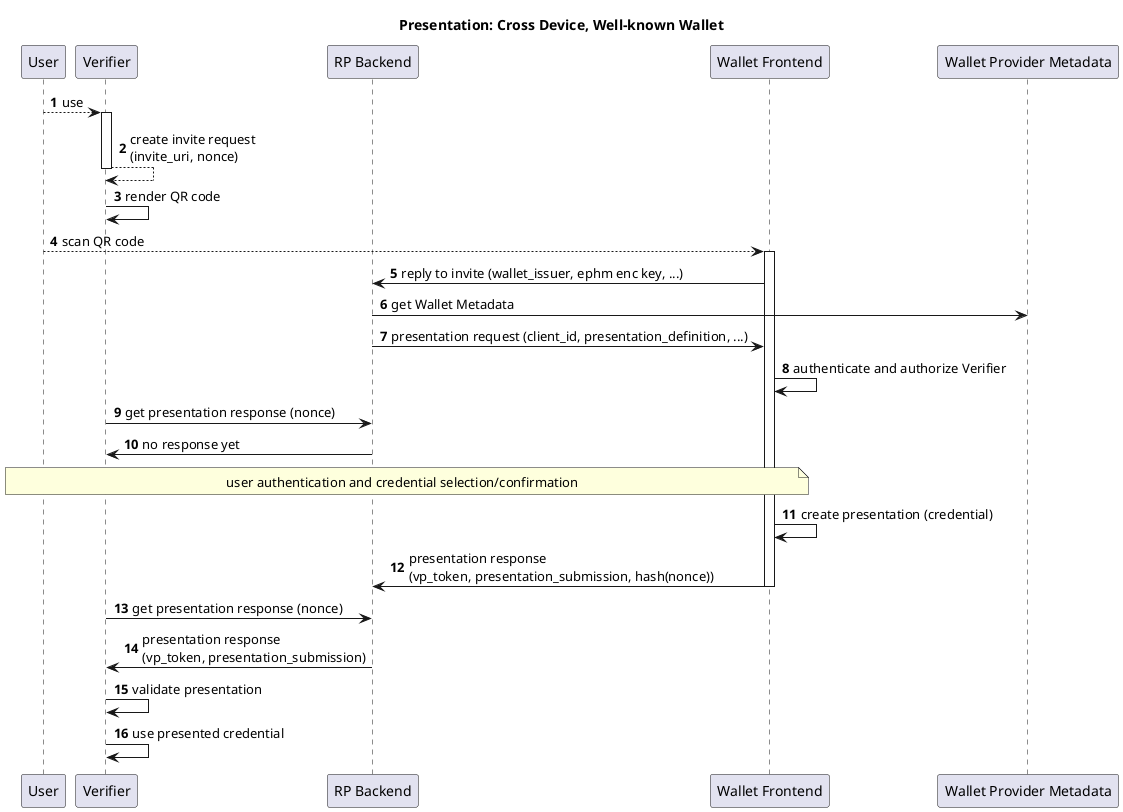
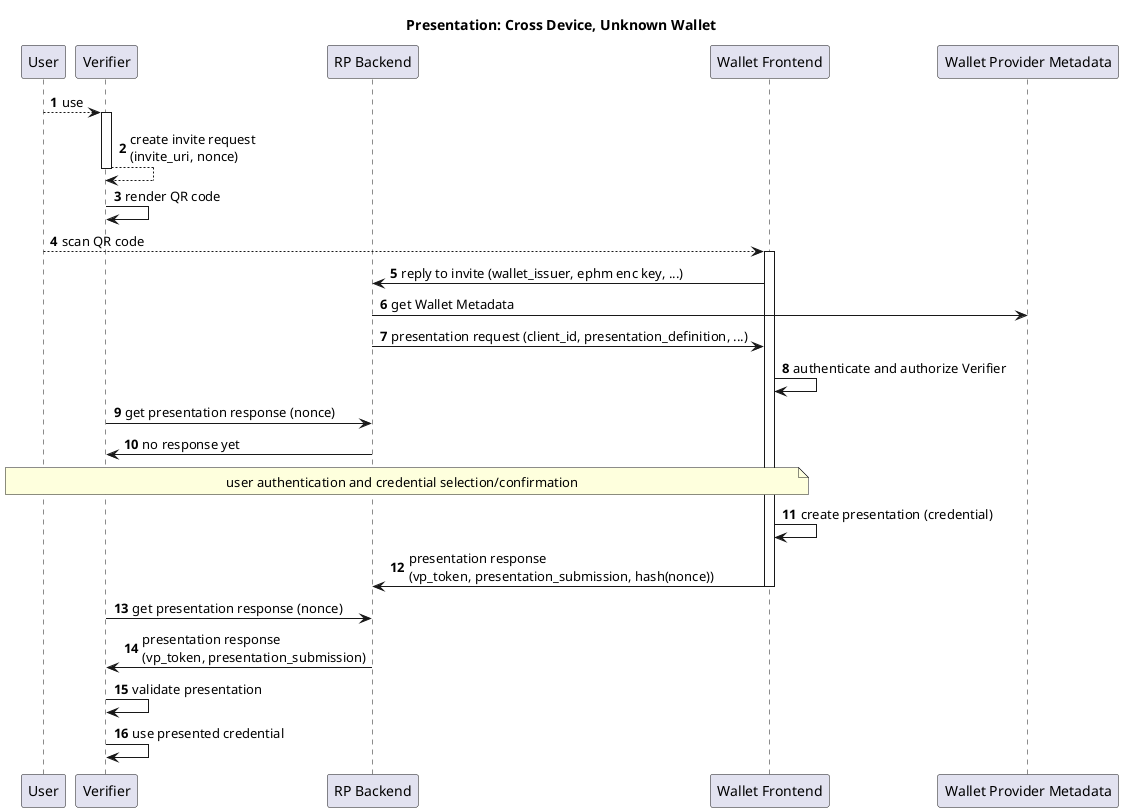
@startuml

autonumber

- title "Presentation: Cross Device, Well-known Wallet"
+ title "Presentation: Cross Device, Unknown Wallet"

participant User as u

participant "Verifier" as r

participant "RP Backend" as rb

participant "Wallet Frontend" as w

participant "Wallet Provider Metadata" as b

u --> r : use
activate r

r --> r: create invite request\n(invite_uri, nonce)
deactivate r
r -> r: render QR code

u --> w: scan QR code
activate w
w -> rb: reply to invite (wallet_issuer, ephm enc key, ...)
rb -> b: get Wallet Metadata
rb -> w: presentation request (client_id, presentation_definition, ...)

w -> w: authenticate and authorize Verifier

r -> rb : get presentation response (nonce)
rb -> r : no response yet

note over u, w: user authentication and credential selection/confirmation

w -> w: create presentation (credential)
w -> rb: presentation response \n(vp_token, presentation_submission, hash(nonce))
deactivate w
r -> rb: get presentation response (nonce)
rb -> r: presentation response \n(vp_token, presentation_submission)
r -> r: validate presentation
r -> r: use presented credential
@enduml